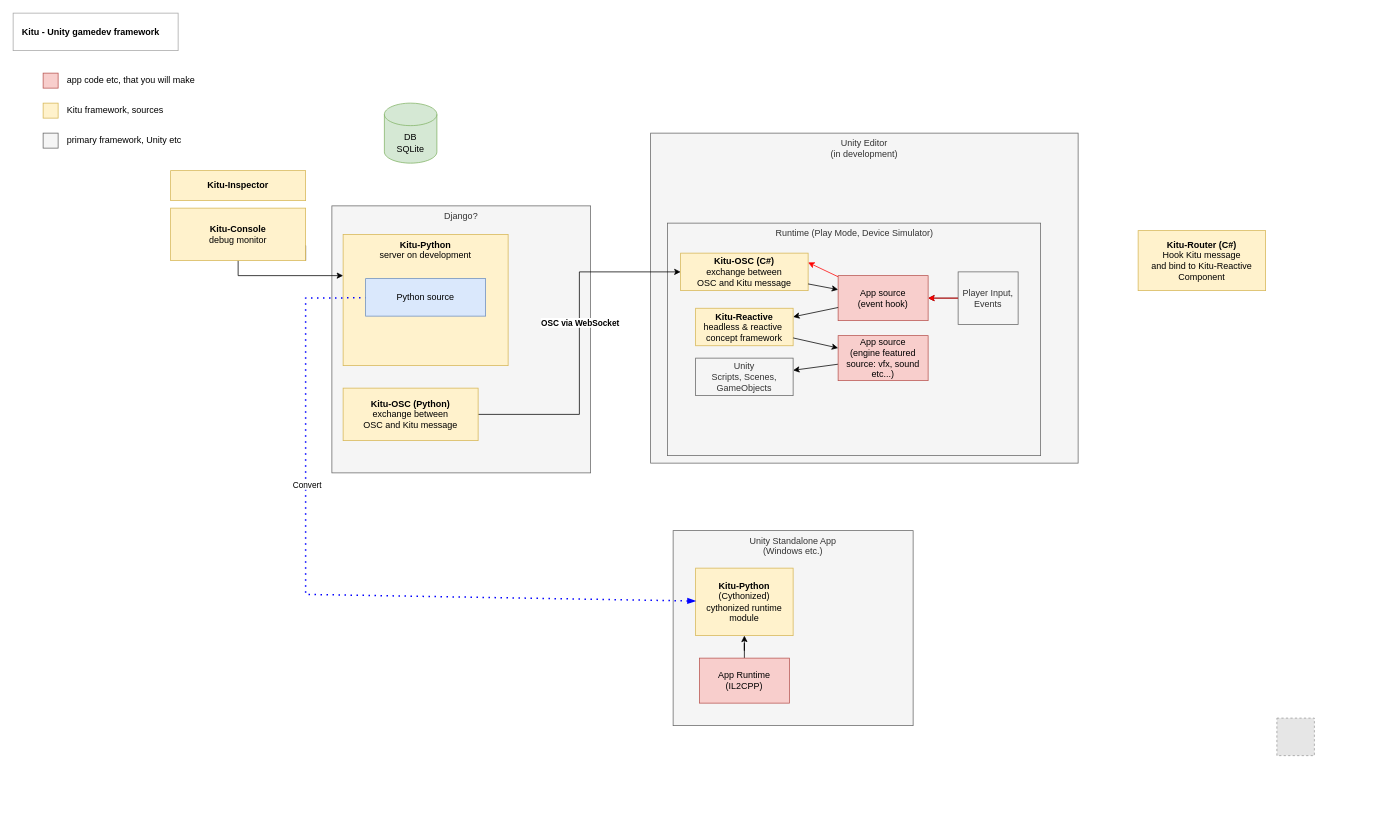
This is doc/framework-architecture.drawio from Nagitch/Kitu, a draw.io file, before an edit. Source tidied: cells renumbered, new cells numbered last; positions are measured from the earlier drawing's top-left corner, leaving out a move shared by most shapes. Both pictures are drawn from the tidied source at 75%, with x=0, y=0 at pixel (13, 13). Pictures stored in the file or linked from it are replaced by grey dashed boxes.
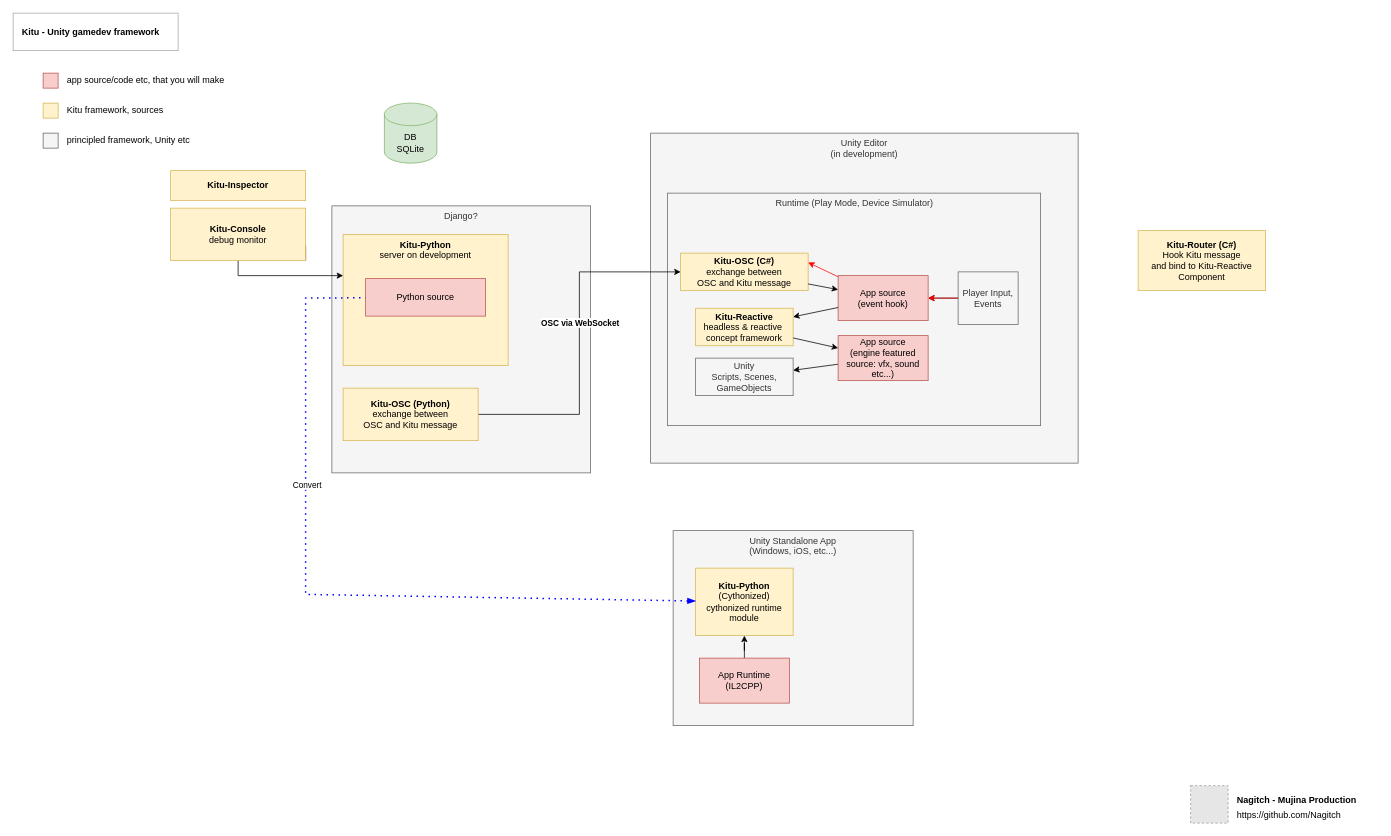
The same page after the edit.

The edit, as a diff of the source:
```diff
@@
+    <mxCell id="44" style="group;" parent="1" vertex="1">
+      <mxGeometry x="1570" y="1030" width="250" height="50" as="geometry" />
+    </mxCell>
+    <mxCell id="45" style="fillColor=#E6E6E6;strokeColor=#999999;dashed=1;verticalLabelPosition=bottom;labelBackgroundColor=default;verticalAlign=top;" parent="44" vertex="1">
+      <mxGeometry width="50" height="50" as="geometry" />
+    </mxCell>
+    <mxCell id="46" value="Nagitch - Mujina Production" style="text;html=1;strokeColor=none;fillColor=none;align=left;verticalAlign=middle;whiteSpace=wrap;rounded=0;fontStyle=1;" parent="44" vertex="1">
+      <mxGeometry x="60" y="10" width="190" height="20" as="geometry" />
+    </mxCell>
+    <mxCell id="47" value="&lt;span style=&quot;font-weight: 400;&quot;&gt;https://github.com/Nagitch&lt;/span&gt;" style="text;html=1;strokeColor=none;fillColor=none;align=left;verticalAlign=middle;whiteSpace=wrap;rounded=0;fontStyle=1;" parent="44" vertex="1">
+      <mxGeometry x="60" y="30" width="190" height="20" as="geometry" />
+    </mxCell>
@@
     <mxCell id="7" value="Runtime (Play Mode, Device Simulator)" style="rounded=0;whiteSpace=wrap;html=1;fillColor=#f5f5f5;fontColor=#333333;strokeColor=#666666;verticalAlign=top;" parent="4" vertex="1">
-      <mxGeometry x="872.5" y="280" width="497.5" height="310" as="geometry" />
+      <mxGeometry x="872.5" y="240" width="497.5" height="310" as="geometry" />
     </mxCell>
@@
-    <mxCell id="20" value="Unity Standalone App&lt;br&gt;(Windows etc.)" style="rounded=0;whiteSpace=wrap;html=1;fillColor=#f5f5f5;fontColor=#333333;strokeColor=#666666;verticalAlign=top;" parent="4" vertex="1">
+    <mxCell id="20" value="Unity Standalone App&lt;br&gt;(Windows, iOS, etc...)" style="rounded=0;whiteSpace=wrap;html=1;fillColor=#f5f5f5;fontColor=#333333;strokeColor=#666666;verticalAlign=top;" parent="4" vertex="1">
       <mxGeometry x="880" y="690" width="320" height="260" as="geometry" />
     </mxCell>
@@
-    <mxCell id="25" value="Python source" style="rounded=0;whiteSpace=wrap;html=1;fillColor=#dae8fc;strokeColor=#6c8ebf;" parent="4" vertex="1">
+    <mxCell id="25" value="Python source" style="rounded=0;whiteSpace=wrap;html=1;fillColor=#f8cecc;strokeColor=#b85450;" parent="4" vertex="1">
       <mxGeometry x="470" y="354" width="160" height="50" as="geometry" />
     </mxCell>
@@
-    <mxCell id="40" value="primary framework, Unity etc" style="text;html=1;strokeColor=none;fillColor=none;align=left;verticalAlign=middle;rounded=0;" parent="4" vertex="1">
+    <mxCell id="40" value="principled framework, Unity etc" style="text;html=1;strokeColor=none;fillColor=none;align=left;verticalAlign=middle;rounded=0;" parent="4" vertex="1">
       <mxGeometry x="70" y="155" width="190" height="30" as="geometry" />
     </mxCell>
@@
-    <mxCell id="42" value="app code etc, that you will make" style="text;html=1;strokeColor=none;fillColor=none;align=left;verticalAlign=middle;rounded=0;" parent="4" vertex="1">
+    <mxCell id="42" value="app source/code etc, that you will make" style="text;html=1;strokeColor=none;fillColor=none;align=left;verticalAlign=middle;rounded=0;" parent="4" vertex="1">
       <mxGeometry x="70" y="75" width="260" height="30" as="geometry" />
     </mxCell>
-    <mxCell id="43" style="fillColor=#E6E6E6;strokeColor=#999999;dashed=1;verticalLabelPosition=bottom;labelBackgroundColor=default;verticalAlign=top;" parent="4" vertex="1">
-      <mxGeometry x="1685" y="940" width="50" height="50" as="geometry" />
-    </mxCell>
```
